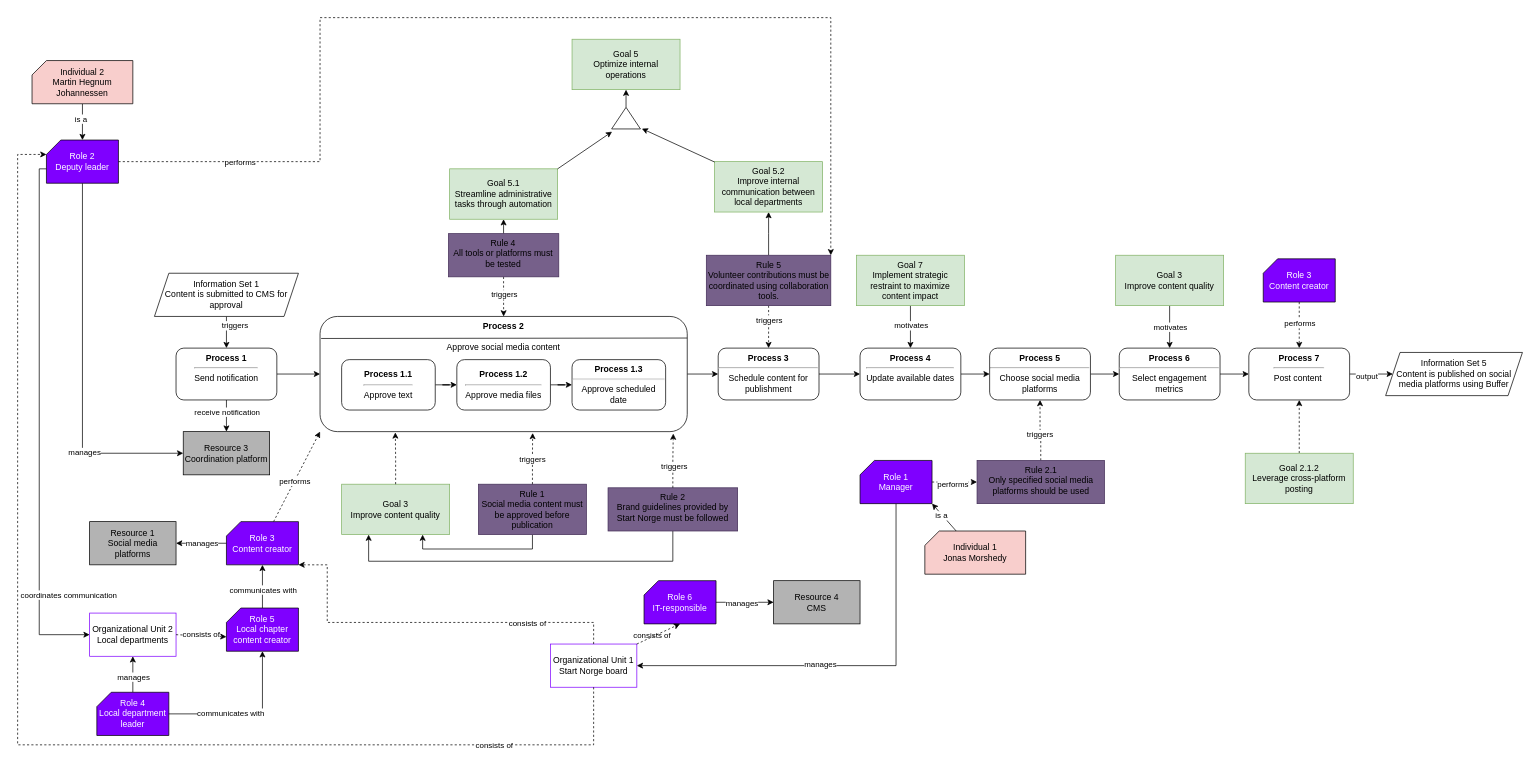
This is page "Redesigned Enterprise model" (14 of 14) of 4EM.drawio from marhjoh/TDT4252-Enterprise-Architecture-for-Enterprise-Innovation, a draw.io file, before an edit. Source tidied: cells renumbered, new cells numbered last; positions are measured from the earlier drawing's top-left corner, leaving out a move shared by most shapes. Both pictures are drawn from the tidied source at 72%, with x=0, y=0 at pixel (17, 17).
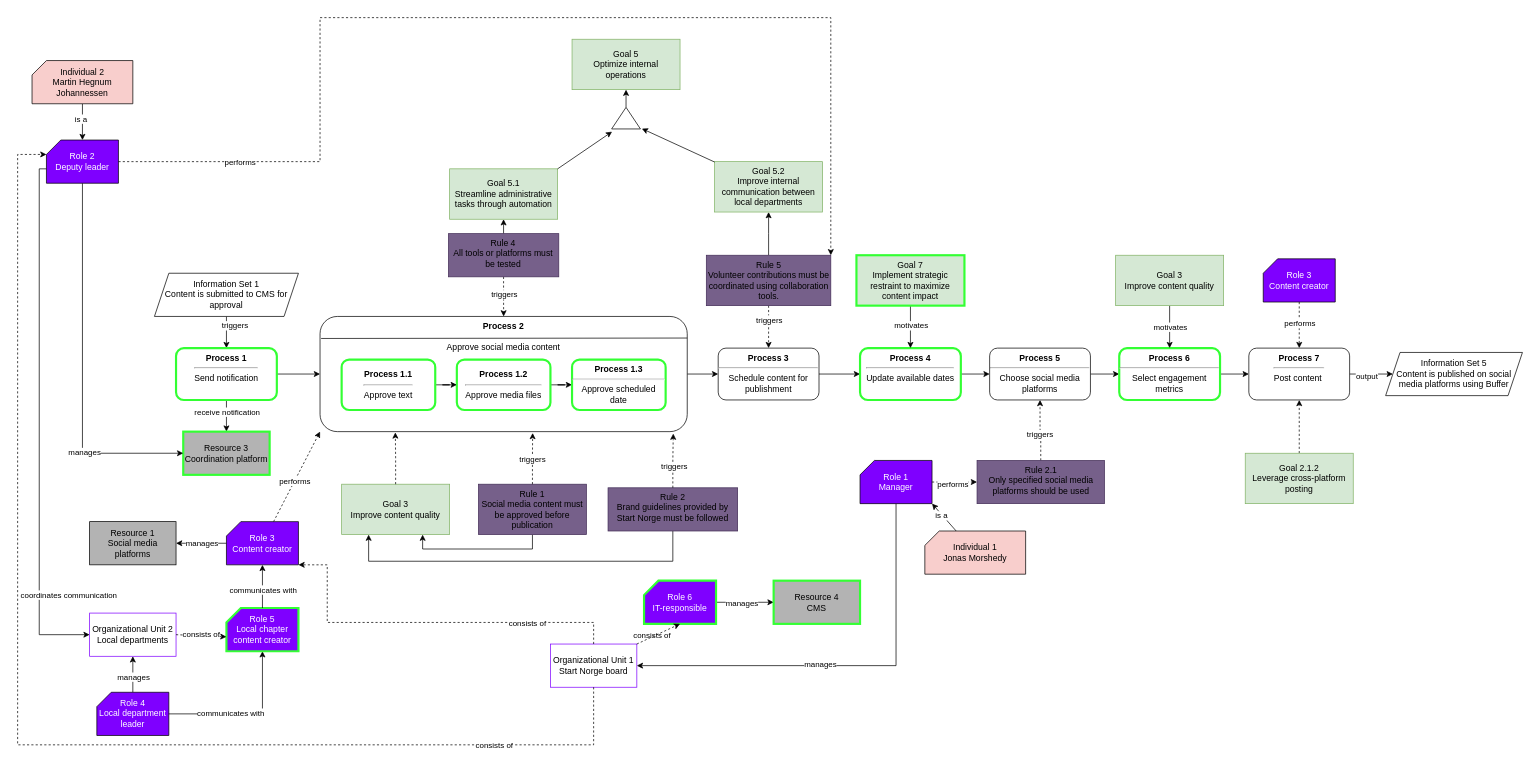
The same page after the edit.

What changed in the source:
```diff
@@
-    <mxCell id="24" value="Role 5&lt;div&gt;Local chapter content creator&lt;/div&gt;" style="verticalLabelPosition=middle;verticalAlign=middle;html=1;shape=card;whiteSpace=wrap;size=20;arcSize=12;align=center;fillColor=#7F00FF;labelPosition=center;fontColor=#FFFFFF;" parent="1" vertex="1">
+    <mxCell id="24" value="Role 5&lt;div&gt;Local chapter content creator&lt;/div&gt;" style="verticalLabelPosition=middle;verticalAlign=middle;html=1;shape=card;whiteSpace=wrap;size=20;arcSize=12;align=center;fillColor=#7F00FF;labelPosition=center;fontColor=#FFFFFF;strokeColor=#33FF33;strokeWidth=3;" parent="1" vertex="1">
       <mxGeometry x="290" y="820" width="100" height="60" as="geometry" />
     </mxCell>
@@
-    <mxCell id="27" value="&lt;div&gt;Resource 3&lt;/div&gt;&lt;div&gt;Coordination platform&lt;/div&gt;" style="rounded=0;whiteSpace=wrap;html=1;strokeColor=#000000;fillColor=#B3B3B3;" parent="1" vertex="1">
+    <mxCell id="27" value="&lt;div&gt;Resource 3&lt;/div&gt;&lt;div&gt;Coordination platform&lt;/div&gt;" style="rounded=0;whiteSpace=wrap;html=1;strokeColor=#33FF33;fillColor=#B3B3B3;strokeWidth=3;" parent="1" vertex="1">
       <mxGeometry x="230" y="575" width="120" height="60" as="geometry" />
     </mxCell>
@@
-    <mxCell id="34" value="&lt;b&gt;Process 1.2&lt;/b&gt;&lt;hr&gt;Approve media files&lt;div&gt;&lt;/div&gt;" style="rounded=1;whiteSpace=wrap;html=1;" parent="1" vertex="1">
+    <mxCell id="34" value="&lt;b&gt;Process 1.2&lt;/b&gt;&lt;hr&gt;Approve media files&lt;div&gt;&lt;/div&gt;" style="rounded=1;whiteSpace=wrap;html=1;strokeColor=#33FF33;strokeWidth=3;" parent="1" vertex="1">
       <mxGeometry x="610" y="475" width="130" height="70" as="geometry" />
     </mxCell>
@@
-    <mxCell id="36" value="&lt;b&gt;Process 1.1&lt;/b&gt;&lt;hr&gt;Approve text&lt;div&gt;&lt;/div&gt;" style="rounded=1;whiteSpace=wrap;html=1;" parent="1" vertex="1">
+    <mxCell id="36" value="&lt;b&gt;Process 1.1&lt;/b&gt;&lt;hr&gt;Approve text&lt;div&gt;&lt;/div&gt;" style="rounded=1;whiteSpace=wrap;html=1;strokeColor=#33FF33;strokeWidth=3;" parent="1" vertex="1">
       <mxGeometry x="450" y="475" width="130" height="70" as="geometry" />
     </mxCell>
@@
-    <mxCell id="42" value="&lt;b&gt;Process 1.3&lt;/b&gt;&lt;hr&gt;Approve scheduled date&lt;div&gt;&lt;/div&gt;" style="rounded=1;whiteSpace=wrap;html=1;" parent="1" vertex="1">
+    <mxCell id="42" value="&lt;b&gt;Process 1.3&lt;/b&gt;&lt;hr&gt;Approve scheduled date&lt;div&gt;&lt;/div&gt;" style="rounded=1;whiteSpace=wrap;html=1;strokeColor=#33FF33;strokeWidth=3;" parent="1" vertex="1">
       <mxGeometry x="770" y="475" width="130" height="70" as="geometry" />
     </mxCell>
@@
-    <mxCell id="74" value="&lt;b&gt;Process 1&lt;/b&gt;&lt;hr&gt;&lt;div&gt;&lt;span style=&quot;background-color: initial;&quot;&gt;Send notification&lt;/span&gt;&lt;br&gt;&lt;/div&gt;&lt;div&gt;&lt;div&gt;&lt;/div&gt;&lt;/div&gt;" style="rounded=1;whiteSpace=wrap;html=1;verticalAlign=top;" parent="1" vertex="1">
+    <mxCell id="74" value="&lt;b&gt;Process 1&lt;/b&gt;&lt;hr&gt;&lt;div&gt;&lt;span style=&quot;background-color: initial;&quot;&gt;Send notification&lt;/span&gt;&lt;br&gt;&lt;/div&gt;&lt;div&gt;&lt;div&gt;&lt;/div&gt;&lt;/div&gt;" style="rounded=1;whiteSpace=wrap;html=1;verticalAlign=top;strokeColor=#33FF33;strokeWidth=3;" parent="1" vertex="1">
       <mxGeometry x="220" y="459" width="140" height="72" as="geometry" />
     </mxCell>
@@
-    <mxCell id="79" value="&lt;b&gt;Process 4&lt;/b&gt;&lt;hr&gt;&lt;div&gt;&lt;span style=&quot;background-color: initial;&quot;&gt;Update available dates&lt;/span&gt;&lt;br&gt;&lt;/div&gt;&lt;div&gt;&lt;div&gt;&lt;/div&gt;&lt;/div&gt;" style="rounded=1;whiteSpace=wrap;html=1;verticalAlign=top;" parent="1" vertex="1">
+    <mxCell id="79" value="&lt;b&gt;Process 4&lt;/b&gt;&lt;hr&gt;&lt;div&gt;&lt;span style=&quot;background-color: initial;&quot;&gt;Update available dates&lt;/span&gt;&lt;br&gt;&lt;/div&gt;&lt;div&gt;&lt;div&gt;&lt;/div&gt;&lt;/div&gt;" style="rounded=1;whiteSpace=wrap;html=1;verticalAlign=top;strokeColor=#33FF33;strokeWidth=3;" parent="1" vertex="1">
       <mxGeometry x="1170" y="459" width="140" height="72" as="geometry" />
     </mxCell>
@@
-    <mxCell id="83" value="&lt;b&gt;Process 6&lt;/b&gt;&lt;hr&gt;&lt;div&gt;&lt;span style=&quot;background-color: initial;&quot;&gt;Select engagement metrics&lt;/span&gt;&lt;br&gt;&lt;/div&gt;&lt;div&gt;&lt;div&gt;&lt;/div&gt;&lt;/div&gt;" style="rounded=1;whiteSpace=wrap;html=1;verticalAlign=top;" parent="1" vertex="1">
+    <mxCell id="83" value="&lt;b&gt;Process 6&lt;/b&gt;&lt;hr&gt;&lt;div&gt;&lt;span style=&quot;background-color: initial;&quot;&gt;Select engagement metrics&lt;/span&gt;&lt;br&gt;&lt;/div&gt;&lt;div&gt;&lt;div&gt;&lt;/div&gt;&lt;/div&gt;" style="rounded=1;whiteSpace=wrap;html=1;verticalAlign=top;strokeColor=#33FF33;strokeWidth=3;" parent="1" vertex="1">
       <mxGeometry x="1530" y="459" width="140" height="72" as="geometry" />
     </mxCell>
@@
-    <mxCell id="97" value="&lt;div&gt;Goal 7&lt;/div&gt;&lt;div&gt;Implement strategic restraint to maximize content impact&lt;/div&gt;" style="rounded=0;whiteSpace=wrap;html=1;fillColor=#d5e8d4;strokeColor=#82b366;" parent="1" vertex="1">
+    <mxCell id="97" value="&lt;div&gt;Goal 7&lt;/div&gt;&lt;div&gt;Implement strategic restraint to maximize content impact&lt;/div&gt;" style="rounded=0;whiteSpace=wrap;html=1;fillColor=#d5e8d4;strokeColor=#33FF33;strokeWidth=3;" parent="1" vertex="1">
       <mxGeometry x="1165" y="330" width="150" height="70" as="geometry" />
     </mxCell>
@@
-    <mxCell id="111" value="Role 6&lt;div&gt;IT-responsible&lt;/div&gt;" style="verticalLabelPosition=middle;verticalAlign=middle;html=1;shape=card;whiteSpace=wrap;size=20;arcSize=12;align=center;fillColor=#7F00FF;labelPosition=center;fontColor=#FFFFFF;" parent="1" vertex="1">
+    <mxCell id="111" value="Role 6&lt;div&gt;IT-responsible&lt;/div&gt;" style="verticalLabelPosition=middle;verticalAlign=middle;html=1;shape=card;whiteSpace=wrap;size=20;arcSize=12;align=center;fillColor=#7F00FF;labelPosition=center;fontColor=#FFFFFF;strokeColor=#33FF33;strokeWidth=3;" parent="1" vertex="1">
       <mxGeometry x="870" y="782" width="100" height="60" as="geometry" />
     </mxCell>
@@
-    <mxCell id="113" value="&lt;div&gt;Resource 4&lt;/div&gt;&lt;div&gt;CMS&lt;/div&gt;" style="rounded=0;whiteSpace=wrap;html=1;strokeColor=#000000;fillColor=#B3B3B3;" parent="1" vertex="1">
+    <mxCell id="113" value="&lt;div&gt;Resource 4&lt;/div&gt;&lt;div&gt;CMS&lt;/div&gt;" style="rounded=0;whiteSpace=wrap;html=1;strokeColor=#33FF33;fillColor=#B3B3B3;strokeWidth=3;" parent="1" vertex="1">
       <mxGeometry x="1050" y="782" width="120" height="60" as="geometry" />
     </mxCell>
```
